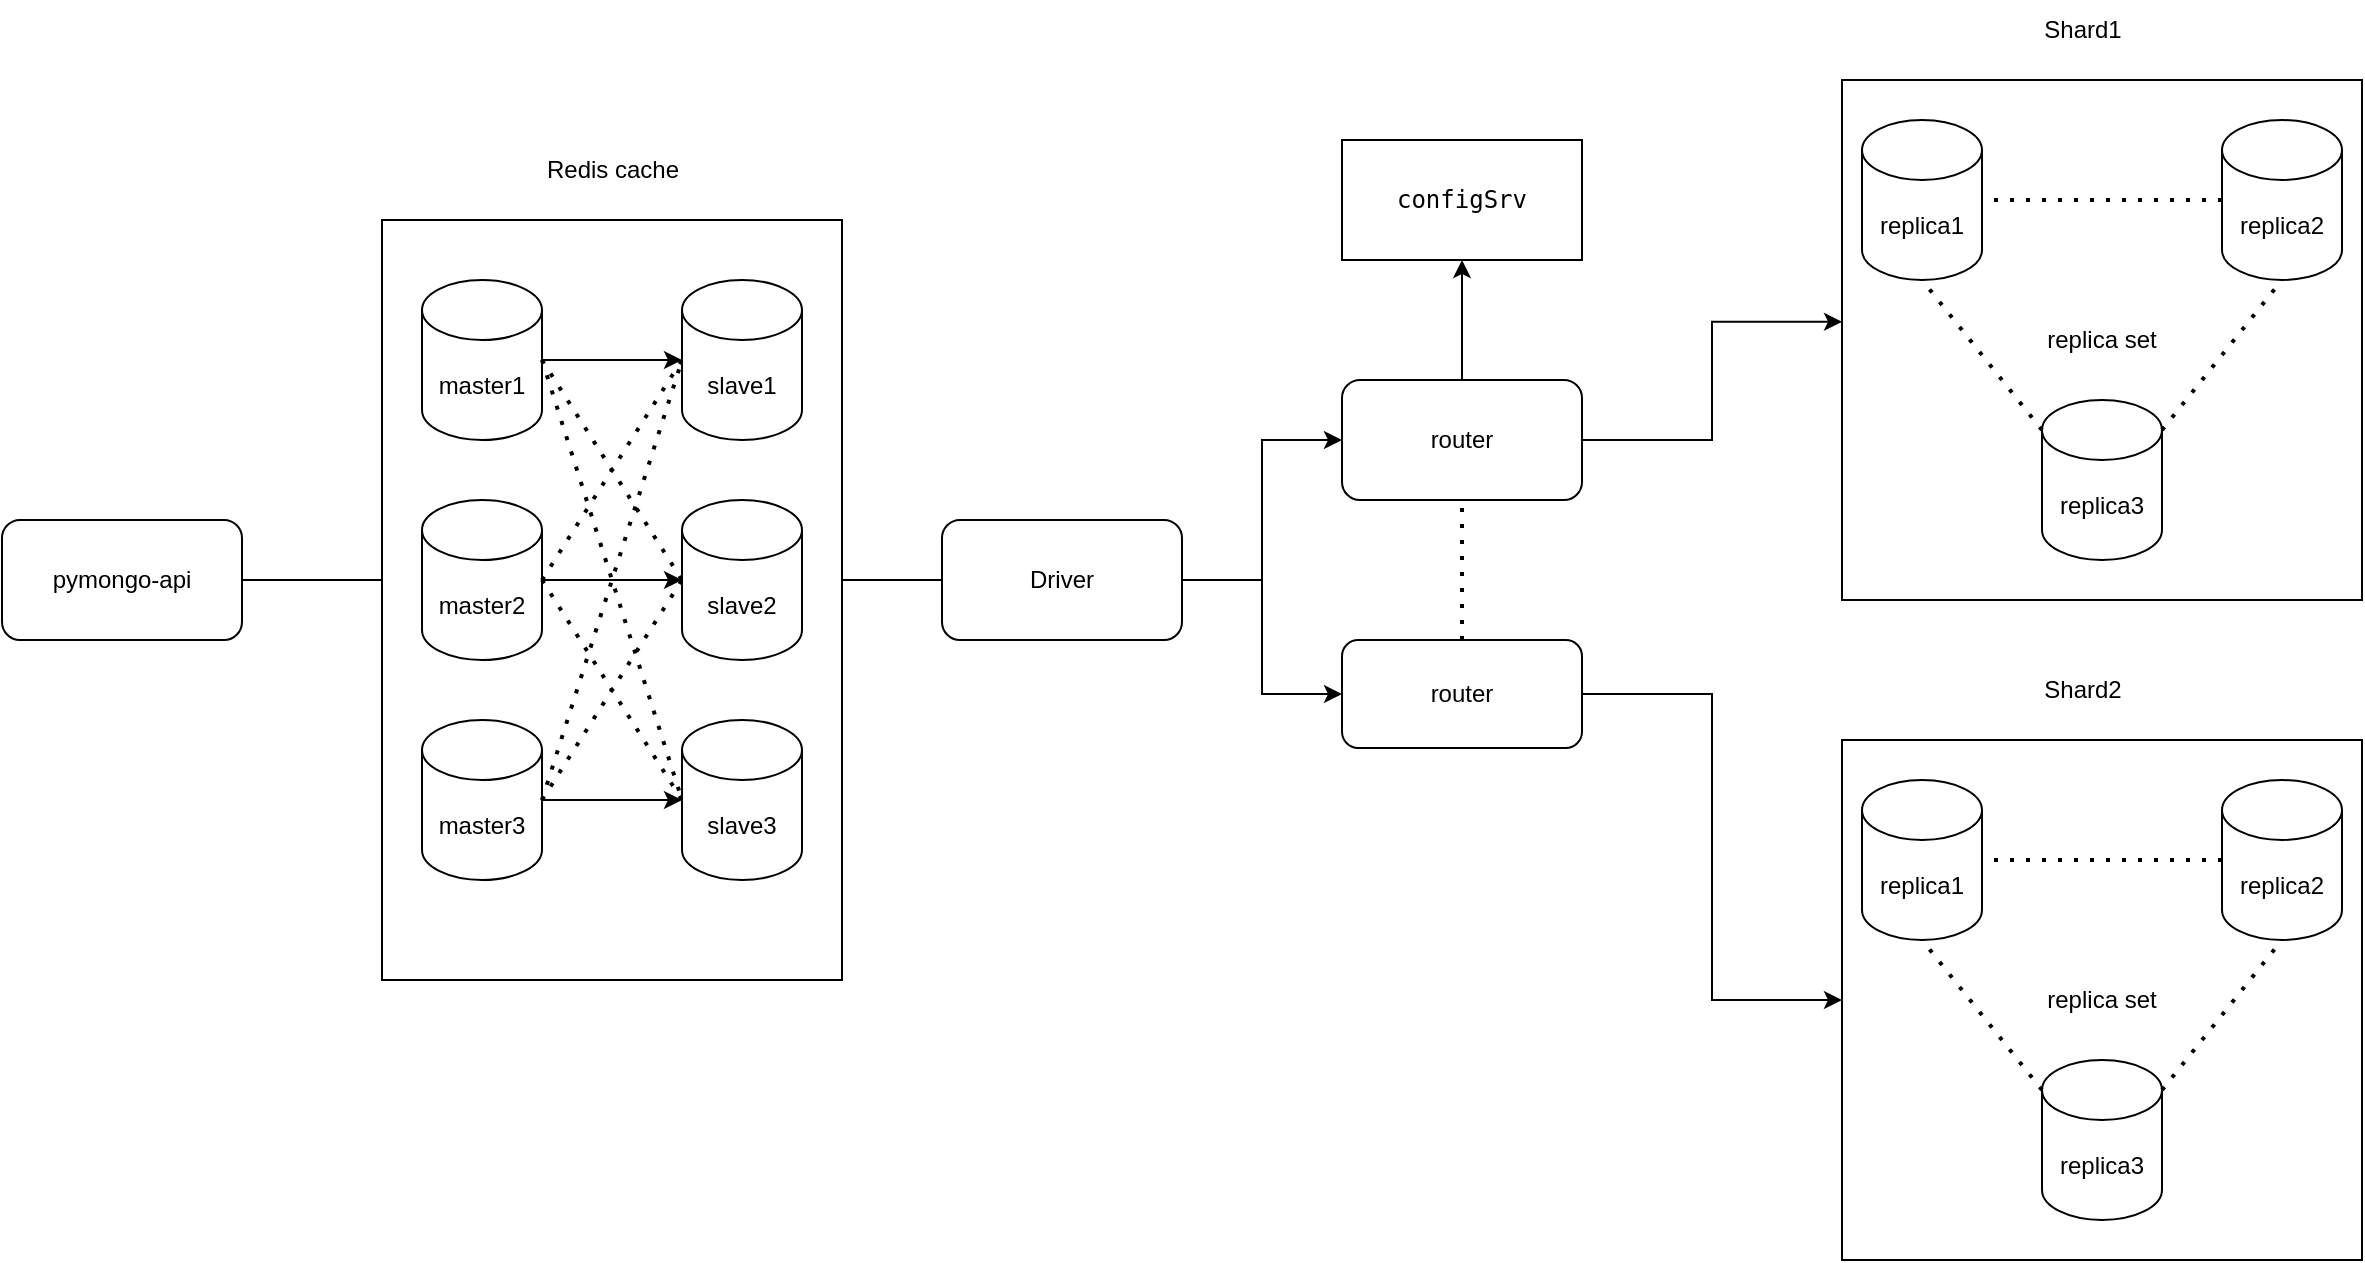
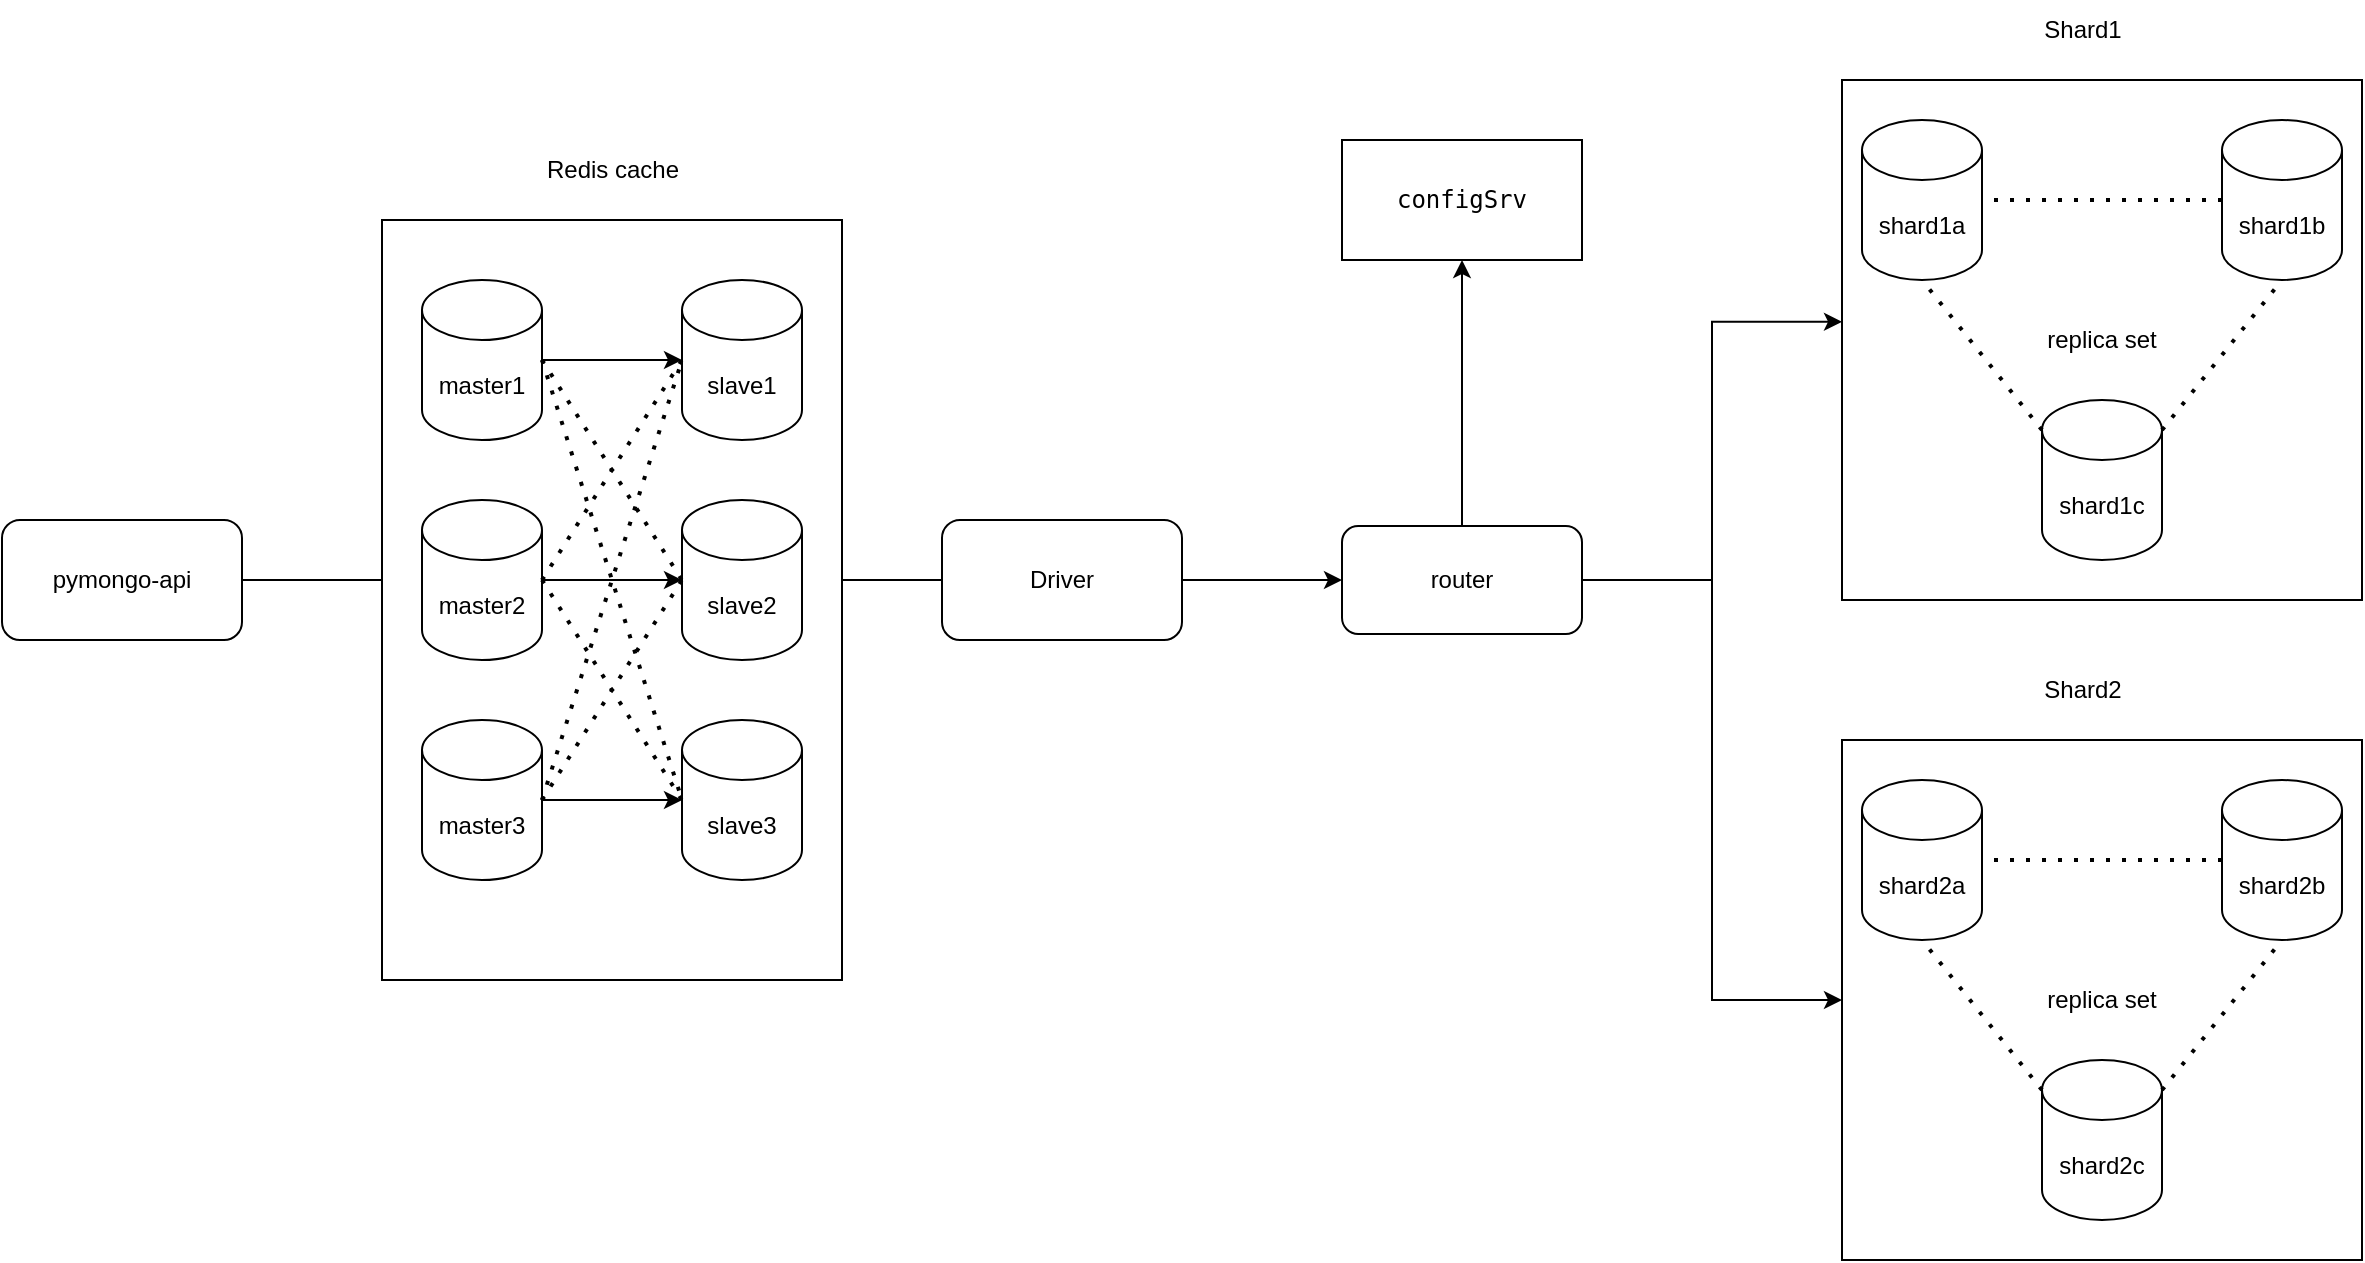
<mxfile host="Electron" agent="Mozilla/5.0 (X11; Linux x86_64) AppleWebKit/537.36 (KHTML, like Gecko) draw.io/28.2.5 Chrome/138.0.7204.251 Electron/37.6.1 Safari/537.36" version="28.2.5">
  <diagram name="Страница — 1" id="gStnotIaXbWbHTYKpnVl">
-     <mxGraphModel dx="2253" dy="875" grid="1" gridSize="10" guides="1" tooltips="1" connect="1" arrows="1" fold="1" page="1" pageScale="1" pageWidth="827" pageHeight="1169" math="0" shadow="0">
+     <mxGraphModel dx="2181" dy="848" grid="1" gridSize="10" guides="1" tooltips="1" connect="1" arrows="1" fold="1" page="1" pageScale="1" pageWidth="827" pageHeight="1169" math="0" shadow="0">
      <root>
        <mxCell id="0" />
        <mxCell id="1" parent="0" />
        <mxCell id="bxKLAGiL7M11UWrJzaho-1" value="replica set" style="whiteSpace=wrap;html=1;aspect=fixed;" parent="1" vertex="1">
          <mxGeometry x="800" y="290" width="260" height="260" as="geometry" />
        </mxCell>
-         <mxCell id="bxKLAGiL7M11UWrJzaho-2" value="replica1" style="shape=cylinder3;whiteSpace=wrap;html=1;boundedLbl=1;backgroundOutline=1;size=15;" parent="1" vertex="1">
+         <mxCell id="bxKLAGiL7M11UWrJzaho-2" value="shard1a" style="shape=cylinder3;whiteSpace=wrap;html=1;boundedLbl=1;backgroundOutline=1;size=15;" parent="1" vertex="1">
          <mxGeometry x="810" y="310" width="60" height="80" as="geometry" />
        </mxCell>
-         <mxCell id="CbhlNBDgkiglc76eprwd-12" value="" style="edgeStyle=orthogonalEdgeStyle;rounded=0;orthogonalLoop=1;jettySize=auto;html=1;" edge="1" parent="1" source="bxKLAGiL7M11UWrJzaho-3" target="CbhlNBDgkiglc76eprwd-5">
+         <mxCell id="CbhlNBDgkiglc76eprwd-12" value="" style="edgeStyle=orthogonalEdgeStyle;rounded=0;orthogonalLoop=1;jettySize=auto;html=1;" parent="1" source="bxKLAGiL7M11UWrJzaho-3" target="CbhlNBDgkiglc76eprwd-5" edge="1">
          <mxGeometry relative="1" as="geometry" />
        </mxCell>
        <mxCell id="bxKLAGiL7M11UWrJzaho-3" value="pymongo-api" style="rounded=1;whiteSpace=wrap;html=1;" parent="1" vertex="1">
          <mxGeometry x="-120" y="510" width="120" height="60" as="geometry" />
        </mxCell>
        <mxCell id="bxKLAGiL7M11UWrJzaho-5" value="&lt;code class=&quot;code-inline code-inline_theme_light&quot;&gt;configSrv&lt;/code&gt;" style="rounded=0;whiteSpace=wrap;html=1;" parent="1" vertex="1">
          <mxGeometry x="550" y="320" width="120" height="60" as="geometry" />
        </mxCell>
        <mxCell id="bxKLAGiL7M11UWrJzaho-6" value="" style="edgeStyle=orthogonalEdgeStyle;rounded=0;orthogonalLoop=1;jettySize=auto;html=1;" parent="1" source="bxKLAGiL7M11UWrJzaho-7" target="bxKLAGiL7M11UWrJzaho-12" edge="1">
          <mxGeometry relative="1" as="geometry" />
        </mxCell>
-         <mxCell id="CbhlNBDgkiglc76eprwd-10" value="" style="edgeStyle=orthogonalEdgeStyle;rounded=0;orthogonalLoop=1;jettySize=auto;html=1;" edge="1" parent="1" source="bxKLAGiL7M11UWrJzaho-7" target="CbhlNBDgkiglc76eprwd-8">
+         <mxCell id="CbhlNBDgkiglc76eprwd-10" value="" style="edgeStyle=orthogonalEdgeStyle;rounded=0;orthogonalLoop=1;jettySize=auto;html=1;" parent="1" source="bxKLAGiL7M11UWrJzaho-7" target="CbhlNBDgkiglc76eprwd-8" edge="1">
          <mxGeometry relative="1" as="geometry" />
        </mxCell>
        <mxCell id="bxKLAGiL7M11UWrJzaho-7" value="Driver" style="rounded=1;whiteSpace=wrap;html=1;" parent="1" vertex="1">
          <mxGeometry x="350" y="510" width="120" height="60" as="geometry" />
        </mxCell>
-         <mxCell id="bxKLAGiL7M11UWrJzaho-8" value="" style="edgeStyle=orthogonalEdgeStyle;rounded=0;orthogonalLoop=1;jettySize=auto;html=1;entryX=0;entryY=0.465;entryDx=0;entryDy=0;entryPerimeter=0;" parent="1" source="bxKLAGiL7M11UWrJzaho-10" target="bxKLAGiL7M11UWrJzaho-1" edge="1">
-           <mxGeometry relative="1" as="geometry" />
+         <mxCell id="bxKLAGiL7M11UWrJzaho-8" value="" style="edgeStyle=orthogonalEdgeStyle;rounded=0;orthogonalLoop=1;jettySize=auto;html=1;entryX=0;entryY=0.465;entryDx=0;entryDy=0;entryPerimeter=0;exitX=1;exitY=0.5;exitDx=0;exitDy=0;" parent="1" source="bxKLAGiL7M11UWrJzaho-12" target="bxKLAGiL7M11UWrJzaho-1" edge="1">
+           <mxGeometry relative="1" as="geometry">
+             <mxPoint x="670" y="470" as="sourcePoint" />
+           </mxGeometry>
        </mxCell>
-         <mxCell id="bxKLAGiL7M11UWrJzaho-9" value="" style="edgeStyle=orthogonalEdgeStyle;rounded=0;orthogonalLoop=1;jettySize=auto;html=1;" parent="1" source="bxKLAGiL7M11UWrJzaho-10" target="bxKLAGiL7M11UWrJzaho-5" edge="1">
-           <mxGeometry relative="1" as="geometry" />
-         </mxCell>
-         <mxCell id="bxKLAGiL7M11UWrJzaho-10" value="router" style="rounded=1;whiteSpace=wrap;html=1;" parent="1" vertex="1">
-           <mxGeometry x="550" y="440" width="120" height="60" as="geometry" />
+         <mxCell id="bxKLAGiL7M11UWrJzaho-9" value="" style="edgeStyle=orthogonalEdgeStyle;rounded=0;orthogonalLoop=1;jettySize=auto;html=1;exitX=0.5;exitY=0;exitDx=0;exitDy=0;" parent="1" source="bxKLAGiL7M11UWrJzaho-12" target="bxKLAGiL7M11UWrJzaho-5" edge="1">
+           <mxGeometry relative="1" as="geometry">
+             <mxPoint x="610" y="440" as="sourcePoint" />
+           </mxGeometry>
        </mxCell>
        <mxCell id="bxKLAGiL7M11UWrJzaho-11" style="edgeStyle=orthogonalEdgeStyle;rounded=0;orthogonalLoop=1;jettySize=auto;html=1;exitX=1;exitY=0.5;exitDx=0;exitDy=0;entryX=0;entryY=0.5;entryDx=0;entryDy=0;" parent="1" source="bxKLAGiL7M11UWrJzaho-12" target="bxKLAGiL7M11UWrJzaho-21" edge="1">
          <mxGeometry relative="1" as="geometry" />
        </mxCell>
        <mxCell id="bxKLAGiL7M11UWrJzaho-12" value="router" style="rounded=1;whiteSpace=wrap;html=1;" parent="1" vertex="1">
-           <mxGeometry x="550" y="570" width="120" height="54" as="geometry" />
+           <mxGeometry x="550" y="513" width="120" height="54" as="geometry" />
        </mxCell>
-         <mxCell id="bxKLAGiL7M11UWrJzaho-13" value="" style="endArrow=classic;html=1;rounded=0;entryX=0;entryY=0.5;entryDx=0;entryDy=0;" parent="1" target="bxKLAGiL7M11UWrJzaho-10" edge="1">
-           <mxGeometry width="50" height="50" relative="1" as="geometry">
-             <mxPoint x="510" y="540" as="sourcePoint" />
-             <mxPoint x="510" y="470" as="targetPoint" />
-             <Array as="points">
-               <mxPoint x="510" y="470" />
-             </Array>
-           </mxGeometry>
-         </mxCell>
-         <mxCell id="bxKLAGiL7M11UWrJzaho-14" value="" style="endArrow=none;dashed=1;html=1;dashPattern=1 3;strokeWidth=2;rounded=0;entryX=0.5;entryY=1;entryDx=0;entryDy=0;exitX=0.5;exitY=0;exitDx=0;exitDy=0;" parent="1" source="bxKLAGiL7M11UWrJzaho-12" target="bxKLAGiL7M11UWrJzaho-10" edge="1">
-           <mxGeometry width="50" height="50" relative="1" as="geometry">
-             <mxPoint x="470" y="590" as="sourcePoint" />
-             <mxPoint x="520" y="540" as="targetPoint" />
-           </mxGeometry>
-         </mxCell>
-         <mxCell id="bxKLAGiL7M11UWrJzaho-15" value="replica2" style="shape=cylinder3;whiteSpace=wrap;html=1;boundedLbl=1;backgroundOutline=1;size=15;" parent="1" vertex="1">
+         <mxCell id="bxKLAGiL7M11UWrJzaho-15" value="shard1b" style="shape=cylinder3;whiteSpace=wrap;html=1;boundedLbl=1;backgroundOutline=1;size=15;" parent="1" vertex="1">
          <mxGeometry x="990" y="310" width="60" height="80" as="geometry" />
        </mxCell>
        <mxCell id="bxKLAGiL7M11UWrJzaho-16" value="Shard1" style="text;html=1;align=center;verticalAlign=middle;resizable=0;points=[];autosize=1;strokeColor=none;fillColor=none;" parent="1" vertex="1">
          <mxGeometry x="890" y="250" width="60" height="30" as="geometry" />
        </mxCell>
-         <mxCell id="bxKLAGiL7M11UWrJzaho-17" value="replica3" style="shape=cylinder3;whiteSpace=wrap;html=1;boundedLbl=1;backgroundOutline=1;size=15;" parent="1" vertex="1">
+         <mxCell id="bxKLAGiL7M11UWrJzaho-17" value="shard1c" style="shape=cylinder3;whiteSpace=wrap;html=1;boundedLbl=1;backgroundOutline=1;size=15;" parent="1" vertex="1">
          <mxGeometry x="900" y="450" width="60" height="80" as="geometry" />
        </mxCell>
        <mxCell id="bxKLAGiL7M11UWrJzaho-18" value="" style="endArrow=none;dashed=1;html=1;dashPattern=1 3;strokeWidth=2;rounded=0;entryX=0.5;entryY=1;entryDx=0;entryDy=0;entryPerimeter=0;exitX=0;exitY=0;exitDx=0;exitDy=15;exitPerimeter=0;" parent="1" source="bxKLAGiL7M11UWrJzaho-17" target="bxKLAGiL7M11UWrJzaho-2" edge="1">
          <mxGeometry width="50" height="50" relative="1" as="geometry">
            <mxPoint x="470" y="590" as="sourcePoint" />
            <mxPoint x="520" y="540" as="targetPoint" />
          </mxGeometry>
        </mxCell>
        <mxCell id="bxKLAGiL7M11UWrJzaho-19" value="" style="endArrow=none;dashed=1;html=1;dashPattern=1 3;strokeWidth=2;rounded=0;entryX=0.5;entryY=1;entryDx=0;entryDy=0;entryPerimeter=0;exitX=1;exitY=0;exitDx=0;exitDy=15;exitPerimeter=0;" parent="1" source="bxKLAGiL7M11UWrJzaho-17" target="bxKLAGiL7M11UWrJzaho-15" edge="1">
          <mxGeometry width="50" height="50" relative="1" as="geometry">
            <mxPoint x="470" y="590" as="sourcePoint" />
            <mxPoint x="520" y="540" as="targetPoint" />
          </mxGeometry>
        </mxCell>
        <mxCell id="bxKLAGiL7M11UWrJzaho-20" value="" style="endArrow=none;dashed=1;html=1;dashPattern=1 3;strokeWidth=2;rounded=0;entryX=1;entryY=0.5;entryDx=0;entryDy=0;entryPerimeter=0;exitX=0;exitY=0.5;exitDx=0;exitDy=0;exitPerimeter=0;" parent="1" source="bxKLAGiL7M11UWrJzaho-15" target="bxKLAGiL7M11UWrJzaho-2" edge="1">
          <mxGeometry width="50" height="50" relative="1" as="geometry">
            <mxPoint x="470" y="590" as="sourcePoint" />
            <mxPoint x="520" y="540" as="targetPoint" />
          </mxGeometry>
        </mxCell>
        <mxCell id="bxKLAGiL7M11UWrJzaho-21" value="replica set" style="whiteSpace=wrap;html=1;aspect=fixed;" parent="1" vertex="1">
          <mxGeometry x="800" y="620" width="260" height="260" as="geometry" />
        </mxCell>
-         <mxCell id="bxKLAGiL7M11UWrJzaho-22" value="replica1" style="shape=cylinder3;whiteSpace=wrap;html=1;boundedLbl=1;backgroundOutline=1;size=15;" parent="1" vertex="1">
+         <mxCell id="bxKLAGiL7M11UWrJzaho-22" value="shard2a" style="shape=cylinder3;whiteSpace=wrap;html=1;boundedLbl=1;backgroundOutline=1;size=15;" parent="1" vertex="1">
          <mxGeometry x="810" y="640" width="60" height="80" as="geometry" />
        </mxCell>
-         <mxCell id="bxKLAGiL7M11UWrJzaho-23" value="replica2" style="shape=cylinder3;whiteSpace=wrap;html=1;boundedLbl=1;backgroundOutline=1;size=15;" parent="1" vertex="1">
+         <mxCell id="bxKLAGiL7M11UWrJzaho-23" value="shard2b" style="shape=cylinder3;whiteSpace=wrap;html=1;boundedLbl=1;backgroundOutline=1;size=15;" parent="1" vertex="1">
          <mxGeometry x="990" y="640" width="60" height="80" as="geometry" />
        </mxCell>
        <mxCell id="bxKLAGiL7M11UWrJzaho-24" value="Shard2" style="text;html=1;align=center;verticalAlign=middle;resizable=0;points=[];autosize=1;strokeColor=none;fillColor=none;" parent="1" vertex="1">
          <mxGeometry x="890" y="580" width="60" height="30" as="geometry" />
        </mxCell>
-         <mxCell id="bxKLAGiL7M11UWrJzaho-25" value="replica3" style="shape=cylinder3;whiteSpace=wrap;html=1;boundedLbl=1;backgroundOutline=1;size=15;" parent="1" vertex="1">
+         <mxCell id="bxKLAGiL7M11UWrJzaho-25" value="shard2c" style="shape=cylinder3;whiteSpace=wrap;html=1;boundedLbl=1;backgroundOutline=1;size=15;" parent="1" vertex="1">
          <mxGeometry x="900" y="780" width="60" height="80" as="geometry" />
        </mxCell>
        <mxCell id="bxKLAGiL7M11UWrJzaho-26" value="" style="endArrow=none;dashed=1;html=1;dashPattern=1 3;strokeWidth=2;rounded=0;entryX=0.5;entryY=1;entryDx=0;entryDy=0;entryPerimeter=0;exitX=0;exitY=0;exitDx=0;exitDy=15;exitPerimeter=0;" parent="1" source="bxKLAGiL7M11UWrJzaho-25" target="bxKLAGiL7M11UWrJzaho-22" edge="1">
          <mxGeometry width="50" height="50" relative="1" as="geometry">
            <mxPoint x="470" y="920" as="sourcePoint" />
            <mxPoint x="520" y="870" as="targetPoint" />
          </mxGeometry>
        </mxCell>
        <mxCell id="bxKLAGiL7M11UWrJzaho-27" value="" style="endArrow=none;dashed=1;html=1;dashPattern=1 3;strokeWidth=2;rounded=0;entryX=0.5;entryY=1;entryDx=0;entryDy=0;entryPerimeter=0;exitX=1;exitY=0;exitDx=0;exitDy=15;exitPerimeter=0;" parent="1" source="bxKLAGiL7M11UWrJzaho-25" target="bxKLAGiL7M11UWrJzaho-23" edge="1">
          <mxGeometry width="50" height="50" relative="1" as="geometry">
            <mxPoint x="470" y="920" as="sourcePoint" />
            <mxPoint x="520" y="870" as="targetPoint" />
          </mxGeometry>
        </mxCell>
        <mxCell id="bxKLAGiL7M11UWrJzaho-28" value="" style="endArrow=none;dashed=1;html=1;dashPattern=1 3;strokeWidth=2;rounded=0;entryX=1;entryY=0.5;entryDx=0;entryDy=0;entryPerimeter=0;exitX=0;exitY=0.5;exitDx=0;exitDy=0;exitPerimeter=0;" parent="1" source="bxKLAGiL7M11UWrJzaho-23" target="bxKLAGiL7M11UWrJzaho-22" edge="1">
          <mxGeometry width="50" height="50" relative="1" as="geometry">
            <mxPoint x="470" y="920" as="sourcePoint" />
            <mxPoint x="520" y="870" as="targetPoint" />
          </mxGeometry>
        </mxCell>
-         <mxCell id="CbhlNBDgkiglc76eprwd-2" value="" style="rounded=0;whiteSpace=wrap;html=1;" vertex="1" parent="1">
+         <mxCell id="CbhlNBDgkiglc76eprwd-2" value="" style="rounded=0;whiteSpace=wrap;html=1;" parent="1" vertex="1">
          <mxGeometry x="70" y="360" width="230" height="380" as="geometry" />
        </mxCell>
-         <mxCell id="CbhlNBDgkiglc76eprwd-13" value="" style="edgeStyle=orthogonalEdgeStyle;rounded=0;orthogonalLoop=1;jettySize=auto;html=1;" edge="1" parent="1" source="CbhlNBDgkiglc76eprwd-3" target="CbhlNBDgkiglc76eprwd-7">
+         <mxCell id="CbhlNBDgkiglc76eprwd-13" value="" style="edgeStyle=orthogonalEdgeStyle;rounded=0;orthogonalLoop=1;jettySize=auto;html=1;" parent="1" source="CbhlNBDgkiglc76eprwd-3" target="CbhlNBDgkiglc76eprwd-7" edge="1">
          <mxGeometry relative="1" as="geometry" />
        </mxCell>
-         <mxCell id="CbhlNBDgkiglc76eprwd-3" value="master1" style="shape=cylinder3;whiteSpace=wrap;html=1;boundedLbl=1;backgroundOutline=1;size=15;" vertex="1" parent="1">
+         <mxCell id="CbhlNBDgkiglc76eprwd-3" value="master1" style="shape=cylinder3;whiteSpace=wrap;html=1;boundedLbl=1;backgroundOutline=1;size=15;" parent="1" vertex="1">
          <mxGeometry x="90" y="390" width="60" height="80" as="geometry" />
        </mxCell>
-         <mxCell id="CbhlNBDgkiglc76eprwd-4" value="Redis cache" style="text;html=1;align=center;verticalAlign=middle;resizable=0;points=[];autosize=1;strokeColor=none;fillColor=none;" vertex="1" parent="1">
+         <mxCell id="CbhlNBDgkiglc76eprwd-4" value="Redis cache" style="text;html=1;align=center;verticalAlign=middle;resizable=0;points=[];autosize=1;strokeColor=none;fillColor=none;" parent="1" vertex="1">
          <mxGeometry x="140" y="320" width="90" height="30" as="geometry" />
        </mxCell>
-         <mxCell id="CbhlNBDgkiglc76eprwd-14" value="" style="edgeStyle=orthogonalEdgeStyle;rounded=0;orthogonalLoop=1;jettySize=auto;html=1;" edge="1" parent="1" source="CbhlNBDgkiglc76eprwd-5" target="CbhlNBDgkiglc76eprwd-8">
+         <mxCell id="CbhlNBDgkiglc76eprwd-14" value="" style="edgeStyle=orthogonalEdgeStyle;rounded=0;orthogonalLoop=1;jettySize=auto;html=1;" parent="1" source="CbhlNBDgkiglc76eprwd-5" target="CbhlNBDgkiglc76eprwd-8" edge="1">
          <mxGeometry relative="1" as="geometry" />
        </mxCell>
-         <mxCell id="CbhlNBDgkiglc76eprwd-5" value="master2" style="shape=cylinder3;whiteSpace=wrap;html=1;boundedLbl=1;backgroundOutline=1;size=15;" vertex="1" parent="1">
+         <mxCell id="CbhlNBDgkiglc76eprwd-5" value="master2" style="shape=cylinder3;whiteSpace=wrap;html=1;boundedLbl=1;backgroundOutline=1;size=15;" parent="1" vertex="1">
          <mxGeometry x="90" y="500" width="60" height="80" as="geometry" />
        </mxCell>
-         <mxCell id="CbhlNBDgkiglc76eprwd-15" value="" style="edgeStyle=orthogonalEdgeStyle;rounded=0;orthogonalLoop=1;jettySize=auto;html=1;" edge="1" parent="1" source="CbhlNBDgkiglc76eprwd-6" target="CbhlNBDgkiglc76eprwd-9">
+         <mxCell id="CbhlNBDgkiglc76eprwd-15" value="" style="edgeStyle=orthogonalEdgeStyle;rounded=0;orthogonalLoop=1;jettySize=auto;html=1;" parent="1" source="CbhlNBDgkiglc76eprwd-6" target="CbhlNBDgkiglc76eprwd-9" edge="1">
          <mxGeometry relative="1" as="geometry" />
        </mxCell>
-         <mxCell id="CbhlNBDgkiglc76eprwd-6" value="master3" style="shape=cylinder3;whiteSpace=wrap;html=1;boundedLbl=1;backgroundOutline=1;size=15;" vertex="1" parent="1">
+         <mxCell id="CbhlNBDgkiglc76eprwd-6" value="master3" style="shape=cylinder3;whiteSpace=wrap;html=1;boundedLbl=1;backgroundOutline=1;size=15;" parent="1" vertex="1">
          <mxGeometry x="90" y="610" width="60" height="80" as="geometry" />
        </mxCell>
-         <mxCell id="CbhlNBDgkiglc76eprwd-7" value="slave1" style="shape=cylinder3;whiteSpace=wrap;html=1;boundedLbl=1;backgroundOutline=1;size=15;" vertex="1" parent="1">
+         <mxCell id="CbhlNBDgkiglc76eprwd-7" value="slave1" style="shape=cylinder3;whiteSpace=wrap;html=1;boundedLbl=1;backgroundOutline=1;size=15;" parent="1" vertex="1">
          <mxGeometry x="220" y="390" width="60" height="80" as="geometry" />
        </mxCell>
-         <mxCell id="CbhlNBDgkiglc76eprwd-8" value="slave2" style="shape=cylinder3;whiteSpace=wrap;html=1;boundedLbl=1;backgroundOutline=1;size=15;" vertex="1" parent="1">
+         <mxCell id="CbhlNBDgkiglc76eprwd-8" value="slave2" style="shape=cylinder3;whiteSpace=wrap;html=1;boundedLbl=1;backgroundOutline=1;size=15;" parent="1" vertex="1">
          <mxGeometry x="220" y="500" width="60" height="80" as="geometry" />
        </mxCell>
-         <mxCell id="CbhlNBDgkiglc76eprwd-9" value="slave3" style="shape=cylinder3;whiteSpace=wrap;html=1;boundedLbl=1;backgroundOutline=1;size=15;" vertex="1" parent="1">
+         <mxCell id="CbhlNBDgkiglc76eprwd-9" value="slave3" style="shape=cylinder3;whiteSpace=wrap;html=1;boundedLbl=1;backgroundOutline=1;size=15;" parent="1" vertex="1">
          <mxGeometry x="220" y="610" width="60" height="80" as="geometry" />
        </mxCell>
-         <mxCell id="CbhlNBDgkiglc76eprwd-16" value="" style="endArrow=none;dashed=1;html=1;dashPattern=1 3;strokeWidth=2;rounded=0;exitX=1;exitY=0.5;exitDx=0;exitDy=0;exitPerimeter=0;entryX=0;entryY=0.5;entryDx=0;entryDy=0;entryPerimeter=0;" edge="1" parent="1" source="CbhlNBDgkiglc76eprwd-6" target="CbhlNBDgkiglc76eprwd-8">
+         <mxCell id="CbhlNBDgkiglc76eprwd-16" value="" style="endArrow=none;dashed=1;html=1;dashPattern=1 3;strokeWidth=2;rounded=0;exitX=1;exitY=0.5;exitDx=0;exitDy=0;exitPerimeter=0;entryX=0;entryY=0.5;entryDx=0;entryDy=0;entryPerimeter=0;" parent="1" source="CbhlNBDgkiglc76eprwd-6" target="CbhlNBDgkiglc76eprwd-8" edge="1">
          <mxGeometry width="50" height="50" relative="1" as="geometry">
            <mxPoint x="340" y="560" as="sourcePoint" />
            <mxPoint x="390" y="510" as="targetPoint" />
          </mxGeometry>
        </mxCell>
-         <mxCell id="CbhlNBDgkiglc76eprwd-17" value="" style="endArrow=none;dashed=1;html=1;dashPattern=1 3;strokeWidth=2;rounded=0;entryX=0;entryY=0.5;entryDx=0;entryDy=0;entryPerimeter=0;" edge="1" parent="1" target="CbhlNBDgkiglc76eprwd-7">
+         <mxCell id="CbhlNBDgkiglc76eprwd-17" value="" style="endArrow=none;dashed=1;html=1;dashPattern=1 3;strokeWidth=2;rounded=0;entryX=0;entryY=0.5;entryDx=0;entryDy=0;entryPerimeter=0;" parent="1" target="CbhlNBDgkiglc76eprwd-7" edge="1">
          <mxGeometry width="50" height="50" relative="1" as="geometry">
            <mxPoint x="150" y="650" as="sourcePoint" />
            <mxPoint x="390" y="510" as="targetPoint" />
          </mxGeometry>
        </mxCell>
-         <mxCell id="CbhlNBDgkiglc76eprwd-18" value="" style="endArrow=none;dashed=1;html=1;dashPattern=1 3;strokeWidth=2;rounded=0;exitX=1;exitY=0.5;exitDx=0;exitDy=0;exitPerimeter=0;entryX=0;entryY=0.5;entryDx=0;entryDy=0;entryPerimeter=0;" edge="1" parent="1" source="CbhlNBDgkiglc76eprwd-5" target="CbhlNBDgkiglc76eprwd-7">
+         <mxCell id="CbhlNBDgkiglc76eprwd-18" value="" style="endArrow=none;dashed=1;html=1;dashPattern=1 3;strokeWidth=2;rounded=0;exitX=1;exitY=0.5;exitDx=0;exitDy=0;exitPerimeter=0;entryX=0;entryY=0.5;entryDx=0;entryDy=0;entryPerimeter=0;" parent="1" source="CbhlNBDgkiglc76eprwd-5" target="CbhlNBDgkiglc76eprwd-7" edge="1">
          <mxGeometry width="50" height="50" relative="1" as="geometry">
            <mxPoint x="340" y="560" as="sourcePoint" />
            <mxPoint x="390" y="510" as="targetPoint" />
          </mxGeometry>
        </mxCell>
-         <mxCell id="CbhlNBDgkiglc76eprwd-19" value="" style="endArrow=none;dashed=1;html=1;dashPattern=1 3;strokeWidth=2;rounded=0;exitX=1;exitY=0.5;exitDx=0;exitDy=0;exitPerimeter=0;entryX=0;entryY=0.5;entryDx=0;entryDy=0;entryPerimeter=0;" edge="1" parent="1" source="CbhlNBDgkiglc76eprwd-5" target="CbhlNBDgkiglc76eprwd-9">
+         <mxCell id="CbhlNBDgkiglc76eprwd-19" value="" style="endArrow=none;dashed=1;html=1;dashPattern=1 3;strokeWidth=2;rounded=0;exitX=1;exitY=0.5;exitDx=0;exitDy=0;exitPerimeter=0;entryX=0;entryY=0.5;entryDx=0;entryDy=0;entryPerimeter=0;" parent="1" source="CbhlNBDgkiglc76eprwd-5" target="CbhlNBDgkiglc76eprwd-9" edge="1">
          <mxGeometry width="50" height="50" relative="1" as="geometry">
            <mxPoint x="340" y="560" as="sourcePoint" />
            <mxPoint x="390" y="510" as="targetPoint" />
          </mxGeometry>
        </mxCell>
-         <mxCell id="CbhlNBDgkiglc76eprwd-20" value="" style="endArrow=none;dashed=1;html=1;dashPattern=1 3;strokeWidth=2;rounded=0;exitX=1;exitY=0.5;exitDx=0;exitDy=0;exitPerimeter=0;entryX=0;entryY=0.5;entryDx=0;entryDy=0;entryPerimeter=0;" edge="1" parent="1" source="CbhlNBDgkiglc76eprwd-3" target="CbhlNBDgkiglc76eprwd-8">
+         <mxCell id="CbhlNBDgkiglc76eprwd-20" value="" style="endArrow=none;dashed=1;html=1;dashPattern=1 3;strokeWidth=2;rounded=0;exitX=1;exitY=0.5;exitDx=0;exitDy=0;exitPerimeter=0;entryX=0;entryY=0.5;entryDx=0;entryDy=0;entryPerimeter=0;" parent="1" source="CbhlNBDgkiglc76eprwd-3" target="CbhlNBDgkiglc76eprwd-8" edge="1">
          <mxGeometry width="50" height="50" relative="1" as="geometry">
            <mxPoint x="340" y="560" as="sourcePoint" />
            <mxPoint x="390" y="510" as="targetPoint" />
          </mxGeometry>
        </mxCell>
-         <mxCell id="CbhlNBDgkiglc76eprwd-21" value="" style="endArrow=none;dashed=1;html=1;dashPattern=1 3;strokeWidth=2;rounded=0;exitX=1;exitY=0.5;exitDx=0;exitDy=0;exitPerimeter=0;entryX=0;entryY=0.5;entryDx=0;entryDy=0;entryPerimeter=0;" edge="1" parent="1" source="CbhlNBDgkiglc76eprwd-3" target="CbhlNBDgkiglc76eprwd-9">
+         <mxCell id="CbhlNBDgkiglc76eprwd-21" value="" style="endArrow=none;dashed=1;html=1;dashPattern=1 3;strokeWidth=2;rounded=0;exitX=1;exitY=0.5;exitDx=0;exitDy=0;exitPerimeter=0;entryX=0;entryY=0.5;entryDx=0;entryDy=0;entryPerimeter=0;" parent="1" source="CbhlNBDgkiglc76eprwd-3" target="CbhlNBDgkiglc76eprwd-9" edge="1">
          <mxGeometry width="50" height="50" relative="1" as="geometry">
            <mxPoint x="340" y="560" as="sourcePoint" />
            <mxPoint x="390" y="510" as="targetPoint" />
          </mxGeometry>
        </mxCell>
      </root>
    </mxGraphModel>
  </diagram>
</mxfile>
